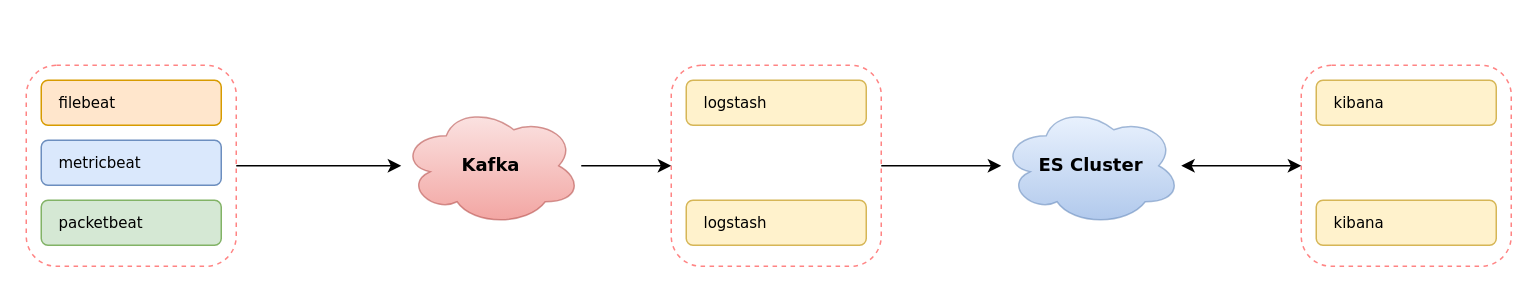
Earlier version of the draw.io diagram belk_kafka.drawio (slmingol/diagram_assets). Source tidied: cells renumbered, new cells numbered last; positions are measured from the earlier drawing's top-left corner, leaving out a move shared by most shapes. Both pictures are drawn from the tidied source at 150%, with x=0, y=0 at pixel (26, 64).
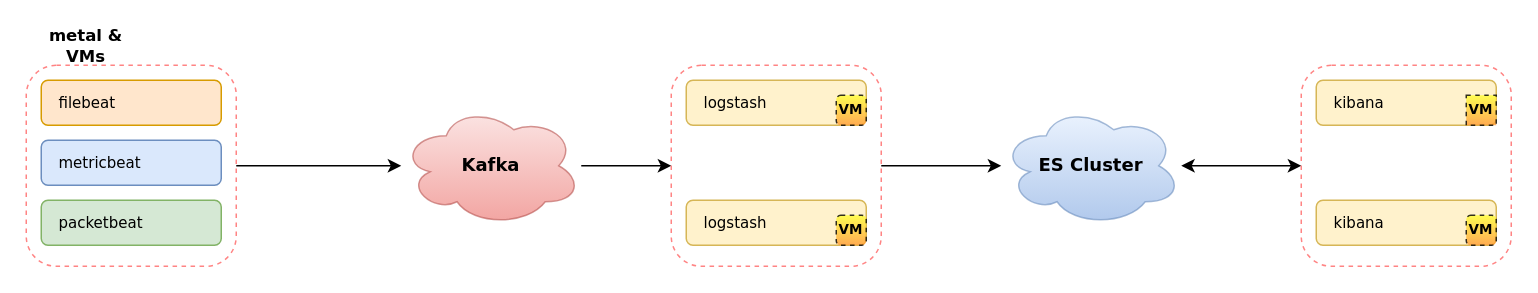
The same page after the edit.

The change refers to these unchanged cells:
```xml
<mxCell id="11" style="group;" parent="10" vertex="1">
  <mxGeometry width="140" height="134" as="geometry" />
</mxCell>
<mxCell id="19" style="group;" parent="18" vertex="1">
  <mxGeometry width="140" height="134" as="geometry" />
</mxCell>
```

What changed in the source:
```diff
@@
+    <mxCell id="23" value="VM" style="rounded=1;whiteSpace=wrap;html=1;fontSize=9;fontStyle=1;gradientColor=#FF9933;fillColor=#FFFF33;fontFamily=Verdana;dashed=1;opacity=80;" parent="11" vertex="1">
+      <mxGeometry x="110" y="20" width="20" height="20" as="geometry" />
+    </mxCell>
+    <mxCell id="24" value="VM" style="rounded=1;whiteSpace=wrap;html=1;fontSize=9;fontStyle=1;gradientColor=#FF9933;fillColor=#FFFF33;fontFamily=Verdana;dashed=1;opacity=80;" parent="11" vertex="1">
+      <mxGeometry x="110" y="100" width="20" height="20" as="geometry" />
+    </mxCell>
@@
+    <mxCell id="25" value="VM" style="rounded=1;whiteSpace=wrap;html=1;fontSize=9;fontStyle=1;gradientColor=#FF9933;fillColor=#FFFF33;fontFamily=Verdana;dashed=1;opacity=80;arcSize=0;" parent="19" vertex="1">
+      <mxGeometry x="110" y="20" width="20" height="20" as="geometry" />
+    </mxCell>
+    <mxCell id="26" value="VM" style="rounded=1;whiteSpace=wrap;html=1;fontSize=9;fontStyle=1;gradientColor=#FF9933;fillColor=#FFFF33;fontFamily=Verdana;dashed=1;opacity=80;" parent="19" vertex="1">
+      <mxGeometry x="110" y="100" width="20" height="20" as="geometry" />
+    </mxCell>
+    <mxCell id="27" value="metal &amp;amp; VMs" style="text;html=1;strokeColor=none;fillColor=none;align=center;verticalAlign=middle;whiteSpace=wrap;rounded=0;dashed=1;fontFamily=Verdana;fontSize=11;fontColor=#000000;opacity=60;fontStyle=1;" parent="1" vertex="1">
+      <mxGeometry y="-23" width="80" height="20" as="geometry" />
+    </mxCell>
```
